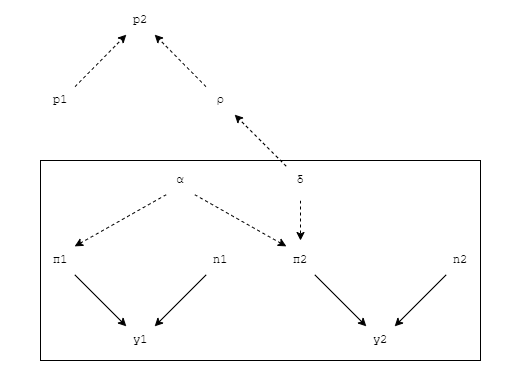
The draw.io diagram rct_model.png in ZhaiJason/STAT0019-ICA, before a commit. Source tidied: cells renumbered, new cells last; positions are measured from the earlier drawing's top-left corner, leaving out a move shared by most shapes. Its diagram source:
```xml
<mxGraphModel>
  <root>
    <mxCell id="0" />
    <mxCell id="1" parent="0" />
    <mxCell id="2" style="rounded=0;whiteSpace=wrap;html=1;fontFamily=Courier New;fillColor=default;strokeColor=none;" parent="1" vertex="1">
      <mxGeometry width="520" height="380" as="geometry" />
    </mxCell>
    <mxCell id="3" style="edgeStyle=none;html=1;exitX=0;exitY=1;exitDx=0;exitDy=0;entryX=1;entryY=0;entryDx=0;entryDy=0;fontFamily=Courier New;dashed=1;" parent="1" edge="1" source="5" target="16">
      <mxGeometry relative="1" as="geometry" />
    </mxCell>
    <mxCell id="4" style="edgeStyle=none;html=1;exitX=1;exitY=1;exitDx=0;exitDy=0;entryX=0;entryY=0;entryDx=0;entryDy=0;fontFamily=Courier New;dashed=1;" parent="1" edge="1" source="5" target="14">
      <mxGeometry relative="1" as="geometry" />
    </mxCell>
    <mxCell id="5" value="α" style="ellipse;whiteSpace=wrap;html=1;fontFamily=Courier New;strokeColor=none;" parent="1" vertex="1">
      <mxGeometry x="160" y="160" width="40" height="40" as="geometry" />
    </mxCell>
    <mxCell id="6" style="edgeStyle=none;html=1;entryX=0.5;entryY=0;entryDx=0;entryDy=0;fontFamily=Courier New;dashed=1;" parent="1" edge="1" source="8" target="14">
      <mxGeometry relative="1" as="geometry" />
    </mxCell>
    <mxCell id="7" style="edgeStyle=none;html=1;exitX=0;exitY=0;exitDx=0;exitDy=0;entryX=1;entryY=1;entryDx=0;entryDy=0;fontFamily=Courier New;dashed=1;" parent="1" edge="1" source="8" target="20">
      <mxGeometry relative="1" as="geometry" />
    </mxCell>
    <mxCell id="8" value="δ" style="ellipse;whiteSpace=wrap;html=1;fontFamily=Courier New;strokeColor=none;" parent="1" vertex="1">
      <mxGeometry x="280" y="160" width="40" height="40" as="geometry" />
    </mxCell>
    <mxCell id="9" style="edgeStyle=none;html=1;exitX=0;exitY=1;exitDx=0;exitDy=0;entryX=1;entryY=0;entryDx=0;entryDy=0;fontFamily=Courier New;" parent="1" edge="1" source="10" target="17">
      <mxGeometry relative="1" as="geometry" />
    </mxCell>
    <mxCell id="10" value="n1" style="ellipse;whiteSpace=wrap;html=1;fontFamily=Courier New;strokeColor=none;" parent="1" vertex="1">
      <mxGeometry x="200" y="240" width="40" height="40" as="geometry" />
    </mxCell>
    <mxCell id="11" style="edgeStyle=none;html=1;exitX=0;exitY=1;exitDx=0;exitDy=0;entryX=1;entryY=0;entryDx=0;entryDy=0;fontFamily=Courier New;" parent="1" edge="1" source="12" target="18">
      <mxGeometry relative="1" as="geometry" />
    </mxCell>
    <mxCell id="12" value="n2" style="ellipse;whiteSpace=wrap;html=1;fontFamily=Courier New;strokeColor=none;" parent="1" vertex="1">
      <mxGeometry x="440" y="240" width="40" height="40" as="geometry" />
    </mxCell>
    <mxCell id="13" style="edgeStyle=none;html=1;exitX=1;exitY=1;exitDx=0;exitDy=0;entryX=0;entryY=0;entryDx=0;entryDy=0;fontFamily=Courier New;" parent="1" edge="1" source="14" target="18">
      <mxGeometry relative="1" as="geometry" />
    </mxCell>
    <mxCell id="14" value="π2" style="ellipse;whiteSpace=wrap;html=1;fontFamily=Courier New;strokeColor=none;" parent="1" vertex="1">
      <mxGeometry x="280" y="240" width="40" height="40" as="geometry" />
    </mxCell>
    <mxCell id="15" style="edgeStyle=none;html=1;exitX=1;exitY=1;exitDx=0;exitDy=0;entryX=0;entryY=0;entryDx=0;entryDy=0;fontFamily=Courier New;" parent="1" edge="1" source="16" target="17">
      <mxGeometry relative="1" as="geometry" />
    </mxCell>
    <mxCell id="16" value="π1" style="ellipse;whiteSpace=wrap;html=1;fontFamily=Courier New;strokeColor=none;" parent="1" vertex="1">
      <mxGeometry x="40" y="240" width="40" height="40" as="geometry" />
    </mxCell>
    <mxCell id="17" value="y1" style="ellipse;whiteSpace=wrap;html=1;fontFamily=Courier New;strokeColor=none;" parent="1" vertex="1">
      <mxGeometry x="120" y="320" width="40" height="40" as="geometry" />
    </mxCell>
    <mxCell id="18" value="y2" style="ellipse;whiteSpace=wrap;html=1;fontFamily=Courier New;strokeColor=none;" parent="1" vertex="1">
      <mxGeometry x="360" y="320" width="40" height="40" as="geometry" />
    </mxCell>
    <mxCell id="19" style="edgeStyle=none;html=1;exitX=0;exitY=0;exitDx=0;exitDy=0;entryX=1;entryY=1;entryDx=0;entryDy=0;dashed=1;fontFamily=Courier New;" parent="1" edge="1" source="20" target="23">
      <mxGeometry relative="1" as="geometry" />
    </mxCell>
    <mxCell id="20" value="ρ" style="ellipse;whiteSpace=wrap;html=1;fontFamily=Courier New;strokeColor=none;" parent="1" vertex="1">
      <mxGeometry x="200" y="80" width="40" height="40" as="geometry" />
    </mxCell>
    <mxCell id="21" style="edgeStyle=none;html=1;exitX=1;exitY=0;exitDx=0;exitDy=0;entryX=0;entryY=1;entryDx=0;entryDy=0;dashed=1;fontFamily=Courier New;" parent="1" edge="1" source="22" target="23">
      <mxGeometry relative="1" as="geometry" />
    </mxCell>
    <mxCell id="22" value="p1" style="ellipse;whiteSpace=wrap;html=1;fontFamily=Courier New;strokeColor=none;" parent="1" vertex="1">
      <mxGeometry x="40" y="80" width="40" height="40" as="geometry" />
    </mxCell>
    <mxCell id="23" value="p2" style="ellipse;whiteSpace=wrap;html=1;fontFamily=Courier New;strokeColor=none;" parent="1" vertex="1">
      <mxGeometry x="120" width="40" height="40" as="geometry" />
    </mxCell>
    <mxCell id="24" style="rounded=0;whiteSpace=wrap;html=1;fontFamily=Courier New;fillColor=none;" parent="1" vertex="1">
      <mxGeometry x="40" y="160" width="440" height="200" as="geometry" />
    </mxCell>
  </root>
</mxGraphModel>
```
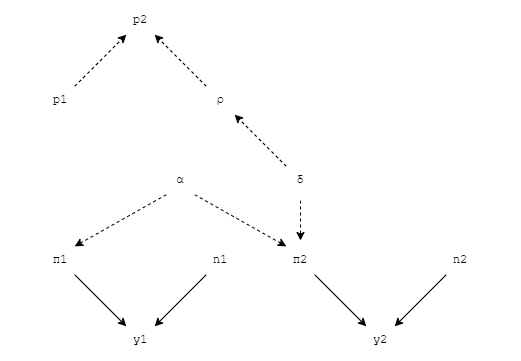
The same diagram one commit later.

What changed in the source:
```diff
@@ -3,7 +3,7 @@
     <mxCell id="0" />
     <mxCell id="1" parent="0" />
     <mxCell id="2" style="rounded=0;whiteSpace=wrap;html=1;fontFamily=Courier New;fillColor=default;strokeColor=none;" parent="1" vertex="1">
-      <mxGeometry width="520" height="380" as="geometry" />
+      <mxGeometry width="520" height="360" as="geometry" />
     </mxCell>
     <mxCell id="3" style="edgeStyle=none;html=1;exitX=0;exitY=1;exitDx=0;exitDy=0;entryX=1;entryY=0;entryDx=0;entryDy=0;fontFamily=Courier New;dashed=1;" parent="1" edge="1" source="5" target="16">
       <mxGeometry relative="1" as="geometry" />
@@ -68,8 +68,5 @@
     <mxCell id="23" value="p2" style="ellipse;whiteSpace=wrap;html=1;fontFamily=Courier New;strokeColor=none;" parent="1" vertex="1">
       <mxGeometry x="120" width="40" height="40" as="geometry" />
     </mxCell>
-    <mxCell id="24" style="rounded=0;whiteSpace=wrap;html=1;fontFamily=Courier New;fillColor=none;" parent="1" vertex="1">
-      <mxGeometry x="40" y="160" width="440" height="200" as="geometry" />
-    </mxCell>
   </root>
 </mxGraphModel>
```
